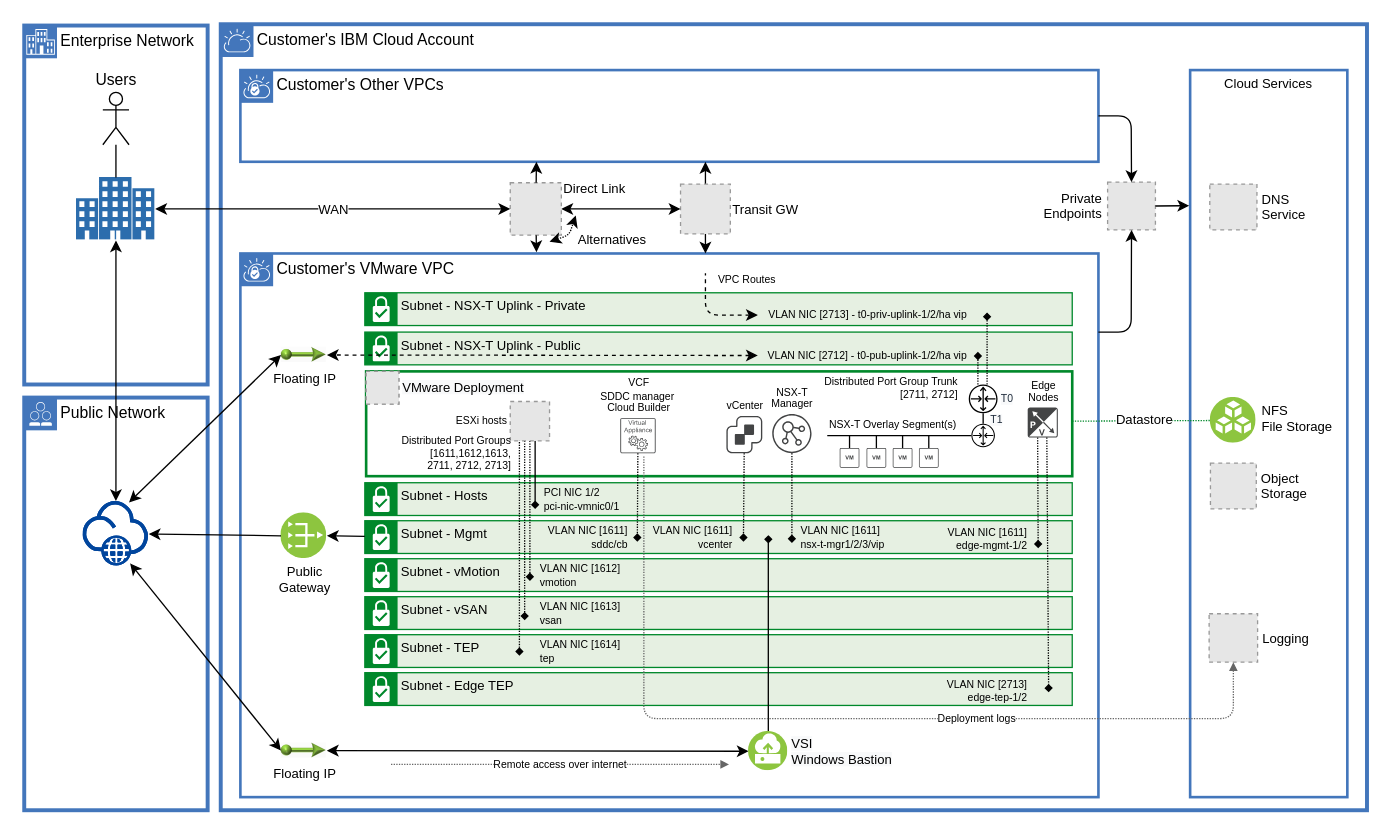
This is images/images-vcf.drawio from IBM/vpc-vmware-cloud-foundation, a draw.io file, before an edit. Source tidied: cells renumbered, new cells numbered last; positions are measured from the earlier drawing's top-left corner, leaving out a move shared by most shapes. Both pictures are drawn from the tidied source at 131%, with x=0, y=0 at pixel (24, 24). Pictures stored in the file or linked from it are replaced by grey dashed boxes.
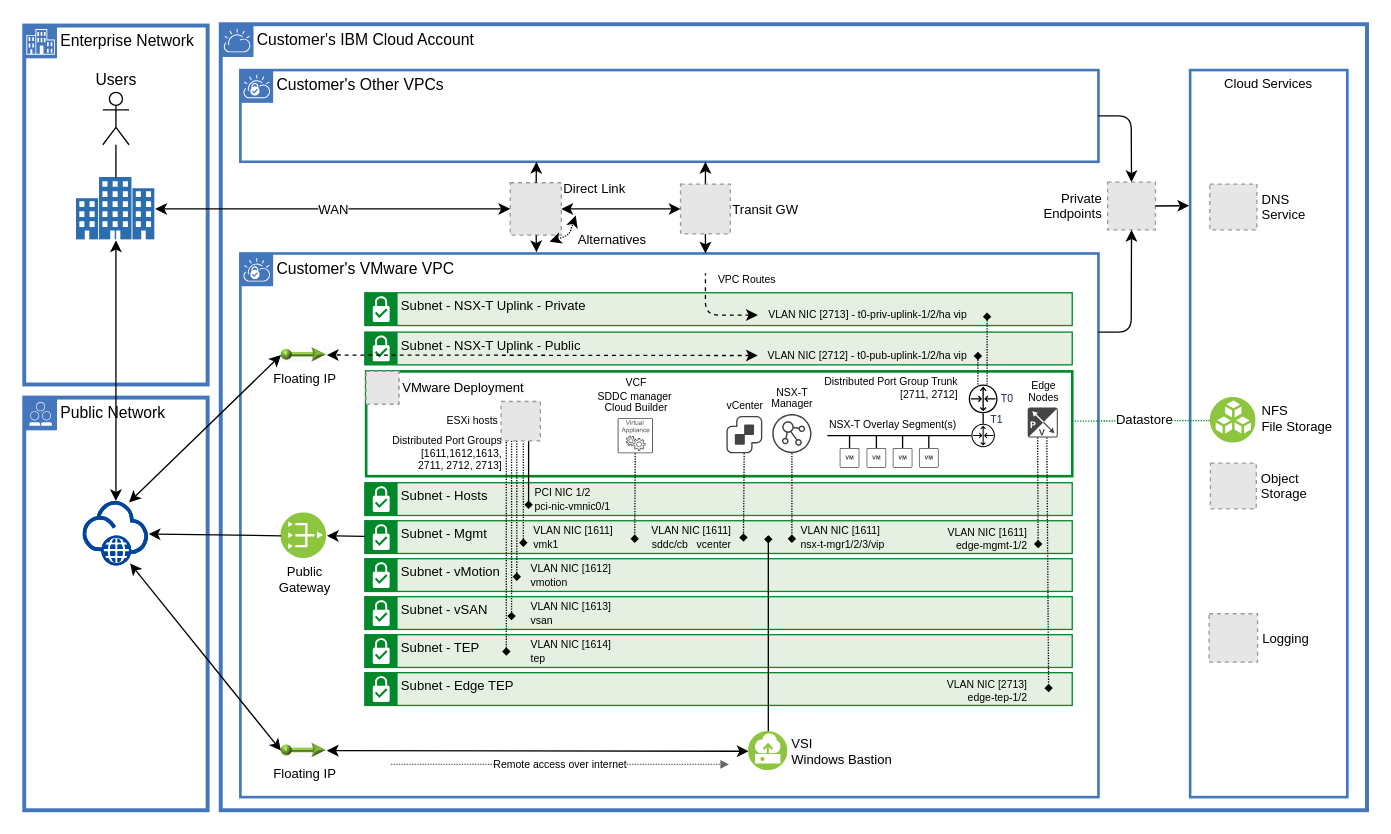
After the change.

The change refers to these unchanged cells:
```xml
<mxCell id="85" value="Logging" style="fillColor=#E6E6E6;strokeColor=#999999;dashed=1;verticalLabelPosition=middle;verticalAlign=middle;labelBackgroundColor=none;fontSize=10;align=left;spacing=4;labelPosition=right;" parent="1" vertex="1">
  <mxGeometry x="904.5" y="450" width="37" height="37" as="geometry" />
</mxCell>
```

The edit, as a diff of the source:
```diff
@@
     <mxCell id="19" value="VLAN NIC [1613]&lt;br&gt;vsan" style="text;html=1;strokeColor=none;fillColor=none;align=left;verticalAlign=middle;whiteSpace=wrap;rounded=0;fontSize=8;labelPosition=center;verticalLabelPosition=middle;" parent="1" vertex="1">
-      <mxGeometry x="392" y="445" width="68" height="10" as="geometry" />
+      <mxGeometry x="385" y="445" width="68" height="10" as="geometry" />
     </mxCell>
     <mxCell id="20" value="VLAN NIC [1612]&lt;br&gt;vmotion" style="text;html=1;strokeColor=none;fillColor=none;align=left;verticalAlign=middle;whiteSpace=wrap;rounded=0;fontSize=8;labelPosition=center;verticalLabelPosition=middle;" parent="1" vertex="1">
-      <mxGeometry x="392" y="416" width="68" height="10" as="geometry" />
+      <mxGeometry x="385" y="416" width="68" height="10" as="geometry" />
     </mxCell>
-    <mxCell id="21" value="VLAN NIC [1611] vcenter" style="text;html=1;strokeColor=none;fillColor=none;align=right;verticalAlign=middle;whiteSpace=wrap;rounded=0;fontSize=8;labelPosition=center;verticalLabelPosition=middle;" parent="1" vertex="1">
-      <mxGeometry x="473" y="387" width="70" height="10.4" as="geometry" />
-    </mxCell>
     <mxCell id="22" style="html=1;labelBackgroundColor=#ffffff;startArrow=none;startFill=0;startSize=4;endArrow=diamond;endFill=1;endSize=4;jettySize=auto;orthogonalLoop=1;strokeWidth=1;fontSize=14;dashed=1;dashPattern=1 1;exitX=0.5;exitY=1;exitDx=0;exitDy=0;" parent="1" edge="1">
       <mxGeometry relative="1" as="geometry">
-        <mxPoint x="386" y="318" as="sourcePoint" />
-        <mxPoint x="386" y="425" as="targetPoint" />
+        <mxPoint x="376" y="318" as="sourcePoint" />
+        <mxPoint x="376" y="425" as="targetPoint" />
       </mxGeometry>
     </mxCell>
     <mxCell id="23" style="html=1;labelBackgroundColor=#ffffff;startArrow=none;startFill=0;startSize=4;endArrow=diamond;endFill=1;endSize=4;jettySize=auto;orthogonalLoop=1;strokeWidth=1;fontSize=14;" parent="1" edge="1">
       <mxGeometry relative="1" as="geometry">
-        <mxPoint x="390" y="318" as="sourcePoint" />
-        <mxPoint x="390" y="370" as="targetPoint" />
+        <mxPoint x="385" y="318" as="sourcePoint" />
+        <mxPoint x="385" y="370" as="targetPoint" />
       </mxGeometry>
     </mxCell>
@@
     <mxCell id="26" value="VLAN NIC [1614] &lt;br&gt;tep" style="text;html=1;strokeColor=none;fillColor=none;align=left;verticalAlign=middle;whiteSpace=wrap;rounded=0;fontSize=8;labelPosition=center;verticalLabelPosition=middle;" parent="1" vertex="1">
-      <mxGeometry x="392" y="474" width="68" height="10" as="geometry" />
+      <mxGeometry x="385" y="474" width="68" height="10" as="geometry" />
     </mxCell>
@@
     <mxCell id="43" style="html=1;labelBackgroundColor=#ffffff;startArrow=none;startFill=0;startSize=4;endArrow=diamond;endFill=1;endSize=4;jettySize=auto;orthogonalLoop=1;strokeWidth=1;fontSize=14;dashed=1;dashPattern=1 1;" parent="1" edge="1">
       <mxGeometry relative="1" as="geometry">
-        <mxPoint x="382" y="318" as="sourcePoint" />
-        <mxPoint x="382" y="455" as="targetPoint" />
+        <mxPoint x="372" y="318" as="sourcePoint" />
+        <mxPoint x="372" y="455" as="targetPoint" />
       </mxGeometry>
     </mxCell>
     <mxCell id="44" style="html=1;labelBackgroundColor=#ffffff;startArrow=none;startFill=0;startSize=4;endArrow=diamond;endFill=1;endSize=4;jettySize=auto;orthogonalLoop=1;strokeWidth=1;fontSize=14;dashed=1;dashPattern=1 1;" parent="1" edge="1">
       <mxGeometry relative="1" as="geometry">
-        <mxPoint x="378" y="315" as="sourcePoint" />
-        <mxPoint x="378" y="482" as="targetPoint" />
+        <mxPoint x="368" y="315" as="sourcePoint" />
+        <mxPoint x="368" y="482" as="targetPoint" />
       </mxGeometry>
     </mxCell>
     <mxCell id="45" value="ESXi hosts" style="fillColor=#E6E6E6;strokeColor=#999999;dashed=1;verticalLabelPosition=middle;labelBackgroundColor=none;verticalAlign=middle;fontSize=8;align=right;labelPosition=left;" parent="1" vertex="1">
-      <mxGeometry x="371" y="288" width="30" height="30" as="geometry" />
+      <mxGeometry x="364" y="288" width="30" height="30" as="geometry" />
     </mxCell>
@@
     <mxCell id="77" value="Distributed Port Groups&lt;br&gt;[1611,1612,1613,&lt;br&gt;2711, 2712, 2713]" style="text;html=1;strokeColor=none;align=right;verticalAlign=middle;whiteSpace=wrap;rounded=0;fontSize=8;labelPosition=center;verticalLabelPosition=middle;fillColor=#ffffff;" parent="1" vertex="1">
-      <mxGeometry x="283" y="323" width="91" height="10" as="geometry" />
+      <mxGeometry x="276" y="323" width="91" height="10" as="geometry" />
     </mxCell>
@@
     <mxCell id="90" value="PCI NIC 1/2&lt;br&gt;pci-nic-vmnic0/1" style="text;html=1;strokeColor=none;fillColor=none;align=left;verticalAlign=middle;whiteSpace=wrap;rounded=0;fontSize=8;labelPosition=center;verticalLabelPosition=middle;" parent="1" vertex="1">
-      <mxGeometry x="395" y="358" width="98" height="10" as="geometry" />
+      <mxGeometry x="388" y="358" width="65" height="10" as="geometry" />
     </mxCell>
     <mxCell id="91" value="VCF &lt;br&gt;SDDC manager&amp;nbsp;&lt;br style=&quot;font-size: 8px;&quot;&gt;Cloud Builder" style="sketch=0;shadow=0;dashed=0;html=1;strokeColor=none;fillColor=#434445;labelPosition=center;verticalLabelPosition=top;verticalAlign=bottom;align=center;outlineConnect=0;shape=mxgraph.vvd.virtual_appliance;fontSize=8;" parent="1" vertex="1">
-      <mxGeometry x="455" y="300.5" width="27" height="27" as="geometry" />
+      <mxGeometry x="453" y="300.5" width="27" height="27" as="geometry" />
     </mxCell>
-    <mxCell id="92" value="VLAN NIC [1611]&lt;br&gt;sddc/cb" style="text;html=1;strokeColor=none;fillColor=none;align=right;verticalAlign=middle;whiteSpace=wrap;rounded=0;fontSize=8;labelPosition=center;verticalLabelPosition=middle;" parent="1" vertex="1">
-      <mxGeometry x="393" y="387" width="70" height="10.4" as="geometry" />
+    <mxCell id="92" value="VLAN NIC [1611]&lt;br&gt;sddc/cb&amp;nbsp; &amp;nbsp;vcenter" style="text;html=1;strokeColor=none;fillColor=none;align=right;verticalAlign=middle;whiteSpace=wrap;rounded=0;fontSize=8;labelPosition=center;verticalLabelPosition=middle;" parent="1" vertex="1">
+      <mxGeometry x="464.5" y="387" width="76.5" height="10.4" as="geometry" />
     </mxCell>
     <mxCell id="93" style="html=1;labelBackgroundColor=#ffffff;startArrow=none;startFill=0;startSize=4;endArrow=diamond;endFill=1;endSize=4;jettySize=auto;strokeWidth=1;fontSize=14;dashed=1;dashPattern=1 1;" parent="1" edge="1" source="91">
       <mxGeometry relative="1" as="geometry">
-        <mxPoint x="468" y="395" as="targetPoint" />
+        <mxPoint x="466" y="396" as="targetPoint" />
       </mxGeometry>
     </mxCell>
@@
-    <mxCell id="99" value="Deployment logs" style="html=1;labelBackgroundColor=#ffffff;startArrow=none;startFill=0;startSize=4;endArrow=block;endFill=1;endSize=4;jettySize=auto;strokeWidth=1;fontSize=8;dashed=1;dashPattern=1 1;entryX=0.5;entryY=1;entryDx=0;entryDy=0;strokeColor=#666666;spacing=0;spacingTop=0;" parent="1" edge="1" target="85">
-      <mxGeometry x="0.31" relative="1" as="geometry">
-        <mxPoint x="473" y="330" as="sourcePoint" />
-        <Array as="points">
-          <mxPoint x="473" y="530" />
-          <mxPoint x="923" y="530" />
-        </Array>
-      </mxGeometry>
-    </mxCell>
@@
+    <mxCell id="102" style="html=1;labelBackgroundColor=#ffffff;startArrow=none;startFill=0;startSize=4;endArrow=diamond;endFill=1;endSize=4;jettySize=auto;orthogonalLoop=1;strokeWidth=1;fontSize=14;dashed=1;dashPattern=1 1;" parent="1" edge="1">
+      <mxGeometry relative="1" as="geometry">
+        <mxPoint x="381" y="320" as="sourcePoint" />
+        <mxPoint x="381" y="399" as="targetPoint" />
+      </mxGeometry>
+    </mxCell>
+    <mxCell id="103" value="VLAN NIC [1611]&lt;br&gt;vmk1" style="text;html=1;strokeColor=none;fillColor=none;align=left;verticalAlign=middle;whiteSpace=wrap;rounded=0;fontSize=8;labelPosition=center;verticalLabelPosition=middle;" parent="1" vertex="1">
+      <mxGeometry x="386.5" y="387" width="65.5" height="10.4" as="geometry" />
+    </mxCell>
```
